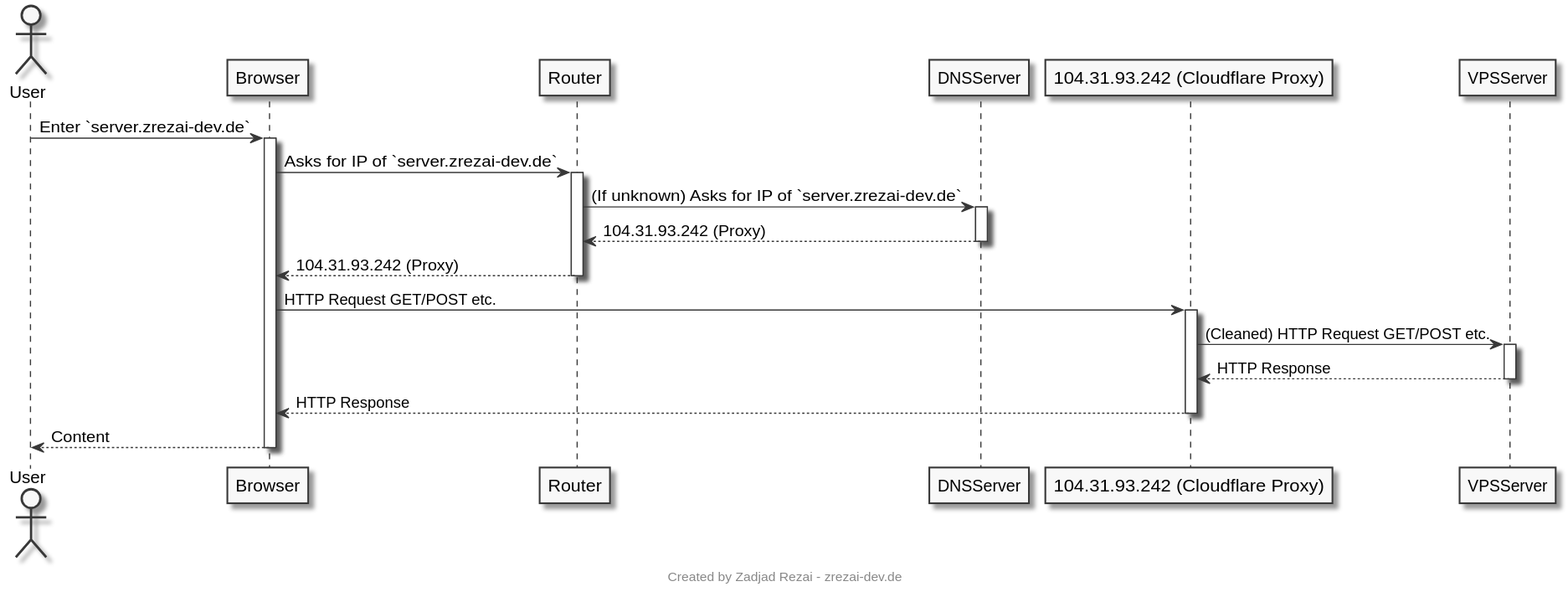
Earlier version of the PlantUML export dev/static/img/projekt-1/hightlevel-overview-project-1.svg (ehamai/zrezai-dev). The source it was exported from:
```plantuml
@startuml Highlevel overview for Project 1
skinparam Shadowing true
skinparam monochrome true

actor User

participant Browser
participant Router
participant DNSServer
participant Proxy as "104.31.93.242 (Cloudflare Proxy)"
participant VPSServer

User -> Browser: Enter `server.zrezai-dev.de`
activate Browser

Browser -> Router: Asks for IP of `server.zrezai-dev.de`
activate Router

Router -> DNSServer: (If unknown) Asks for IP of `server.zrezai-dev.de`
activate DNSServer

Router <-- DNSServer: 104.31.93.242 (Proxy)
deactivate DNSServer

Browser <-- Router: 104.31.93.242 (Proxy)
deactivate Router

Browser -> Proxy: HTTP Request GET/POST etc.
activate Proxy

Proxy -> VPSServer: (Cleaned) HTTP Request GET/POST etc.
activate VPSServer

Proxy <-- VPSServer: HTTP Response
deactivate VPSServer

Browser <-- Proxy: HTTP Response
deactivate Proxy

User <-- Browser: Content
deactivate Browser

!include ./copyright.txt
@enduml
```
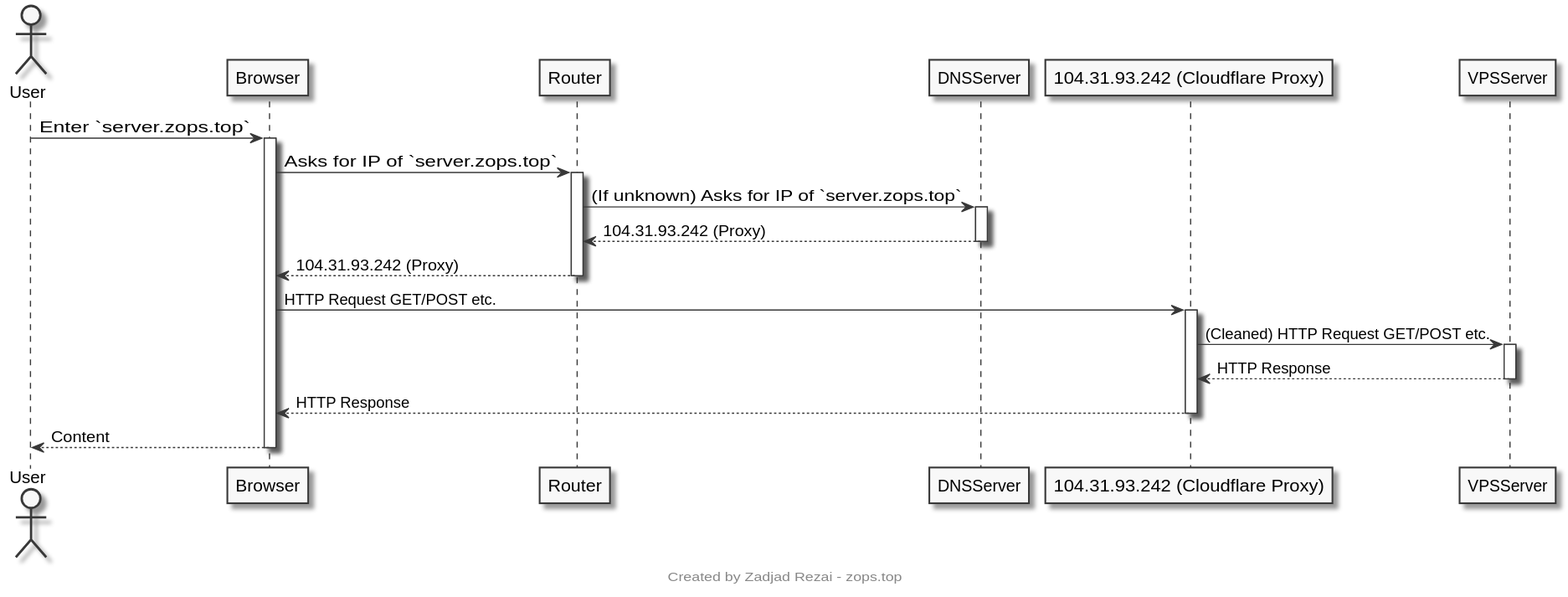
Above is the later version.

What changed in the source:
```diff
@@ -10,13 +10,13 @@
 participant Proxy as "104.31.93.242 (Cloudflare Proxy)"
 participant VPSServer
 
-User -> Browser: Enter `server.zrezai-dev.de`
+User -> Browser: Enter `server.zops.top`
 activate Browser
 
-Browser -> Router: Asks for IP of `server.zrezai-dev.de`
+Browser -> Router: Asks for IP of `server.zops.top`
 activate Router
 
-Router -> DNSServer: (If unknown) Asks for IP of `server.zrezai-dev.de`
+Router -> DNSServer: (If unknown) Asks for IP of `server.zops.top`
 activate DNSServer
 
 Router <-- DNSServer: 104.31.93.242 (Proxy)
```
